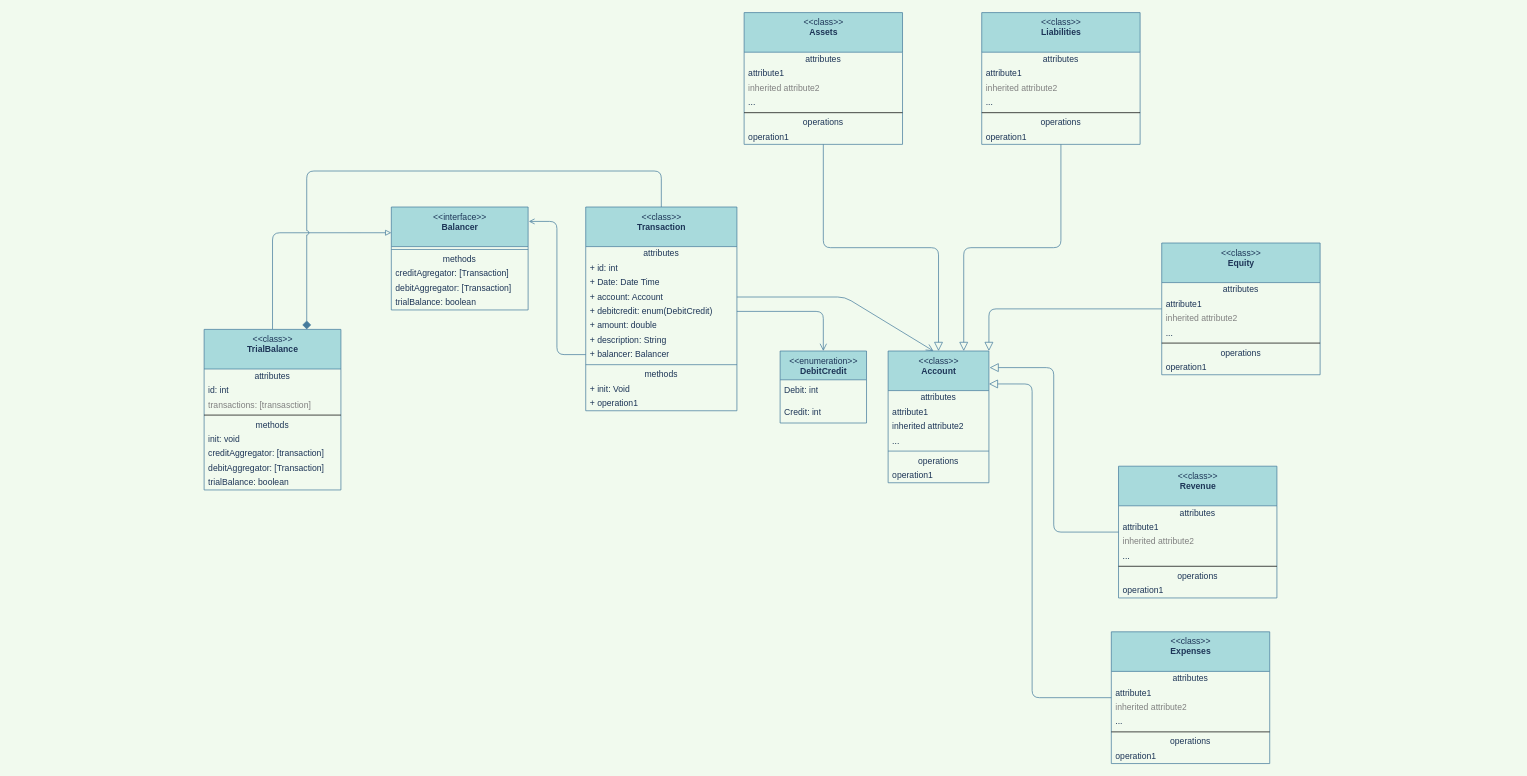
Before: page "Class Main" (2 of 2) of Docs/acc.drawio in m00racle/Pos-Project, a draw.io diagram. Source tidied: cells renumbered, new cells numbered last; positions are measured from the earlier drawing's top-left corner, leaving out a move shared by most shapes. Both pictures are drawn from the tidied source at 72%, with x=0, y=0 at pixel (204, 12).
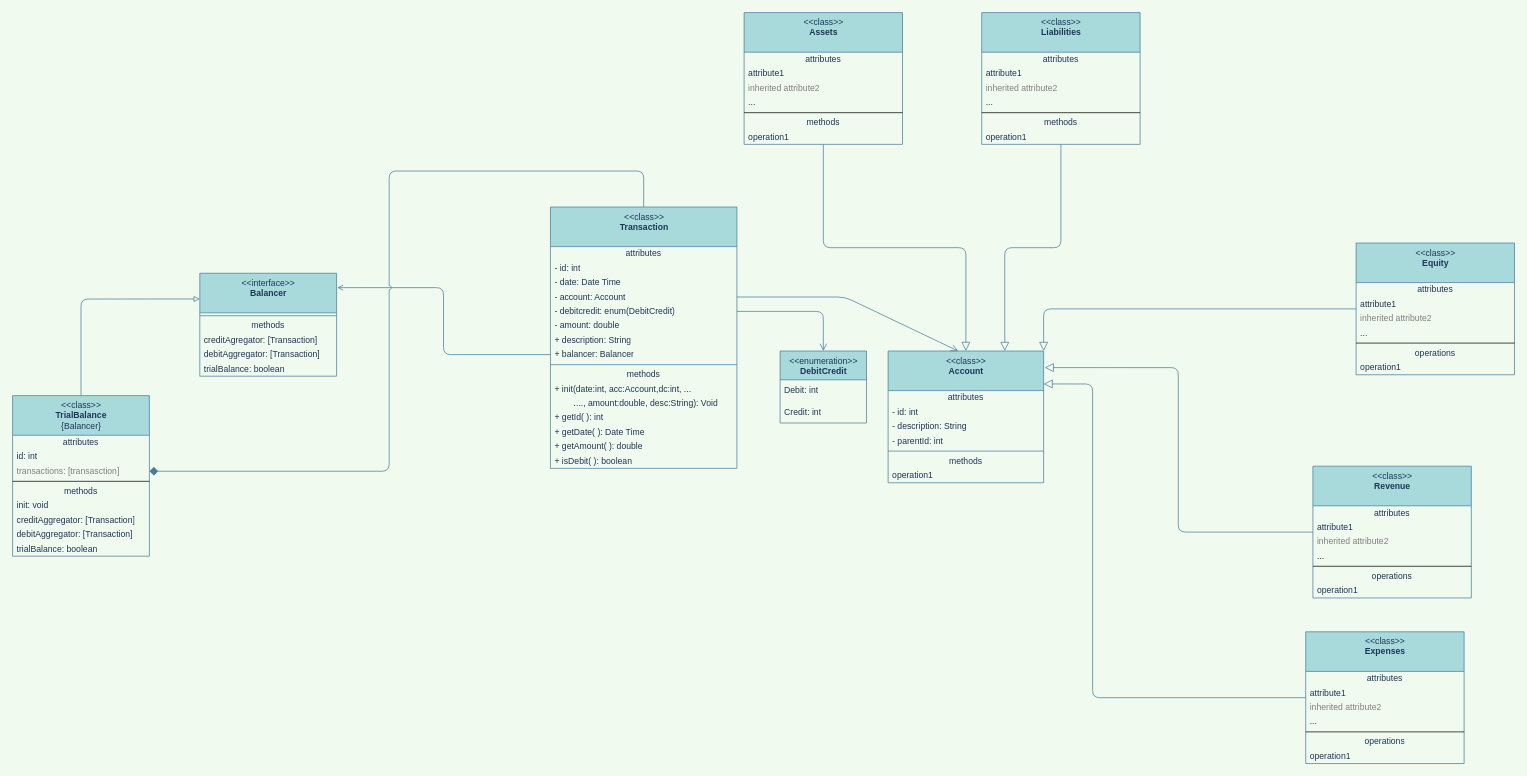
The same diagram, later.

Commit message:
add more methods on transaction class

The change refers to these unchanged cells:
```xml
<mxCell id="40" value="transactions: [transasction]" style="text;html=1;strokeColor=none;fillColor=none;align=left;verticalAlign=middle;spacingLeft=4;spacingRight=4;overflow=hidden;points=[[0,0.5],[1,0.5]];portConstraint=eastwest;fontColor=#808080;rounded=0;sketch=0;" parent="37" vertex="1">
  <mxGeometry y="95" width="190" height="20" as="geometry" />
</mxCell>
<mxCell id="48" value="&amp;lt;&amp;lt;class&amp;gt;&amp;gt;&lt;br&gt;&lt;b&gt;Assets&lt;/b&gt;&lt;br&gt;" style="swimlane;fontStyle=0;align=center;verticalAlign=top;horizontal=1;startSize=55;html=1;rounded=0;sketch=0;fontColor=#1D3557;strokeColor=#457B9D;fillColor=#A8DADC;" parent="1" vertex="1">
  <mxGeometry x="750" width="220" height="183" as="geometry" />
</mxCell>
<mxCell id="57" value="&amp;lt;&amp;lt;class&amp;gt;&amp;gt;&lt;br&gt;&lt;b&gt;Liabilities&lt;/b&gt;" style="swimlane;fontStyle=0;align=center;verticalAlign=top;horizontal=1;startSize=55;html=1;rounded=0;sketch=0;fontColor=#1D3557;strokeColor=#457B9D;fillColor=#A8DADC;" parent="1" vertex="1">
  <mxGeometry x="1080" width="220" height="183" as="geometry" />
</mxCell>
```

The edit, as a diff of the source:
```diff
@@
     <mxCell id="2" value="&amp;lt;&amp;lt;class&amp;gt;&amp;gt;&lt;br&gt;&lt;b&gt;Transaction&lt;/b&gt;&lt;br&gt;" style="swimlane;fontStyle=0;align=center;verticalAlign=top;horizontal=1;startSize=55;html=1;rounded=0;sketch=0;fontColor=#1D3557;strokeColor=#457B9D;fillColor=#A8DADC;" parent="1" vertex="1">
-      <mxGeometry x="530" y="270" width="210" height="283" as="geometry" />
+      <mxGeometry x="481" y="270" width="259" height="363" as="geometry" />
     </mxCell>
     <mxCell id="3" value="attributes" style="text;html=1;strokeColor=none;fillColor=none;align=center;verticalAlign=middle;spacingLeft=4;spacingRight=4;overflow=hidden;rounded=0;sketch=0;fontColor=#1D3557;" parent="2" vertex="1">
-      <mxGeometry y="55" width="210" height="20" as="geometry" />
+      <mxGeometry y="55" width="259" height="20" as="geometry" />
     </mxCell>
-    <mxCell id="4" value="+ id: int" style="text;html=1;strokeColor=none;fillColor=none;align=left;verticalAlign=middle;spacingLeft=4;spacingRight=4;overflow=hidden;rounded=0;sketch=0;fontColor=#1D3557;" parent="2" vertex="1">
-      <mxGeometry y="75" width="210" height="20" as="geometry" />
+    <mxCell id="4" value="- id: int" style="text;html=1;strokeColor=none;fillColor=none;align=left;verticalAlign=middle;spacingLeft=4;spacingRight=4;overflow=hidden;rounded=0;sketch=0;fontColor=#1D3557;" parent="2" vertex="1">
+      <mxGeometry y="75" width="259" height="20" as="geometry" />
     </mxCell>
-    <mxCell id="5" value="+ Date: Date Time" style="text;html=1;strokeColor=none;fillColor=none;align=left;verticalAlign=middle;spacingLeft=4;spacingRight=4;overflow=hidden;rounded=0;sketch=0;fontColor=#1D3557;" parent="2" vertex="1">
-      <mxGeometry y="95" width="210" height="20" as="geometry" />
+    <mxCell id="5" value="- date: Date Time" style="text;html=1;strokeColor=none;fillColor=none;align=left;verticalAlign=middle;spacingLeft=4;spacingRight=4;overflow=hidden;rounded=0;sketch=0;fontColor=#1D3557;" parent="2" vertex="1">
+      <mxGeometry y="95" width="259" height="20" as="geometry" />
     </mxCell>
-    <mxCell id="6" value="+ account: Account" style="text;html=1;strokeColor=none;fillColor=none;align=left;verticalAlign=middle;spacingLeft=4;spacingRight=4;overflow=hidden;points=[[0,0.5],[1,0.5]];portConstraint=eastwest;rounded=0;sketch=0;fontColor=#1D3557;" parent="2" vertex="1">
-      <mxGeometry y="115" width="210" height="20" as="geometry" />
+    <mxCell id="6" value="- account: Account" style="text;html=1;strokeColor=none;fillColor=none;align=left;verticalAlign=middle;spacingLeft=4;spacingRight=4;overflow=hidden;points=[[0,0.5],[1,0.5]];portConstraint=eastwest;rounded=0;sketch=0;fontColor=#1D3557;" parent="2" vertex="1">
+      <mxGeometry y="115" width="259" height="20" as="geometry" />
     </mxCell>
-    <mxCell id="7" value="+ debitcredit: enum(DebitCredit)" style="text;html=1;strokeColor=none;fillColor=none;align=left;verticalAlign=middle;spacingLeft=4;spacingRight=4;overflow=hidden;points=[[0,0.5],[1,0.5]];portConstraint=eastwest;fontColor=#1D3557;rounded=0;sketch=0;" parent="2" vertex="1">
-      <mxGeometry y="135" width="210" height="20" as="geometry" />
+    <mxCell id="7" value="- debitcredit: enum(DebitCredit)" style="text;html=1;strokeColor=none;fillColor=none;align=left;verticalAlign=middle;spacingLeft=4;spacingRight=4;overflow=hidden;points=[[0,0.5],[1,0.5]];portConstraint=eastwest;fontColor=#1D3557;rounded=0;sketch=0;" parent="2" vertex="1">
+      <mxGeometry y="135" width="259" height="20" as="geometry" />
     </mxCell>
-    <mxCell id="8" value="+ amount: double" style="text;html=1;strokeColor=none;fillColor=none;align=left;verticalAlign=middle;spacingLeft=4;spacingRight=4;overflow=hidden;fontColor=#1D3557;rounded=0;sketch=0;" parent="2" vertex="1">
-      <mxGeometry y="155" width="210" height="20" as="geometry" />
+    <mxCell id="8" value="- amount: double" style="text;html=1;strokeColor=none;fillColor=none;align=left;verticalAlign=middle;spacingLeft=4;spacingRight=4;overflow=hidden;fontColor=#1D3557;rounded=0;sketch=0;" parent="2" vertex="1">
+      <mxGeometry y="155" width="259" height="20" as="geometry" />
     </mxCell>
     <mxCell id="9" value="+ description: String" style="text;html=1;strokeColor=none;fillColor=none;align=left;verticalAlign=middle;spacingLeft=4;spacingRight=4;overflow=hidden;fontColor=#1D3557;rounded=0;sketch=0;" parent="2" vertex="1">
-      <mxGeometry y="175" width="210" height="20" as="geometry" />
+      <mxGeometry y="175" width="259" height="20" as="geometry" />
     </mxCell>
     <mxCell id="10" value="+ balancer: Balancer" style="text;html=1;strokeColor=none;fillColor=none;align=left;verticalAlign=middle;spacingLeft=4;spacingRight=4;overflow=hidden;points=[[0,0.5],[1,0.5]];portConstraint=eastwest;fontColor=#1D3557;rounded=0;sketch=0;" parent="2" vertex="1">
-      <mxGeometry y="195" width="210" height="20" as="geometry" />
+      <mxGeometry y="195" width="259" height="20" as="geometry" />
     </mxCell>
     <mxCell id="11" style="line;strokeWidth=1;fillColor=none;align=left;verticalAlign=middle;spacingTop=-1;spacingLeft=3;spacingRight=3;labelPosition=right;rounded=0;sketch=0;fontColor=#1D3557;labelBackgroundColor=#F1FAEE;strokeColor=#457B9D;" parent="2" vertex="1">
-      <mxGeometry y="215" width="210" height="8" as="geometry" />
+      <mxGeometry y="215" width="259" height="8" as="geometry" />
     </mxCell>
     <mxCell id="12" value="methods" style="text;html=1;strokeColor=none;fillColor=none;align=center;verticalAlign=middle;spacingLeft=4;spacingRight=4;overflow=hidden;rounded=0;sketch=0;fontColor=#1D3557;" parent="2" vertex="1">
-      <mxGeometry y="223" width="210" height="20" as="geometry" />
+      <mxGeometry y="223" width="259" height="20" as="geometry" />
     </mxCell>
-    <mxCell id="13" value="+ init: Void" style="text;html=1;strokeColor=none;fillColor=none;align=left;verticalAlign=middle;spacingLeft=4;spacingRight=4;overflow=hidden;rounded=0;sketch=0;fontColor=#1D3557;" parent="2" vertex="1">
-      <mxGeometry y="243" width="210" height="20" as="geometry" />
+    <mxCell id="13" value="+ init(date:int, acc:Account,dc:int, ..." style="text;html=1;strokeColor=none;fillColor=none;align=left;verticalAlign=middle;spacingLeft=4;spacingRight=4;overflow=hidden;rounded=0;sketch=0;fontColor=#1D3557;" parent="2" vertex="1">
+      <mxGeometry y="243" width="259" height="20" as="geometry" />
     </mxCell>
-    <mxCell id="14" value="+ operation1" style="text;html=1;strokeColor=none;fillColor=none;align=left;verticalAlign=middle;spacingLeft=4;spacingRight=4;overflow=hidden;rounded=0;sketch=0;fontColor=#1D3557;" parent="2" vertex="1">
-      <mxGeometry y="263" width="210" height="20" as="geometry" />
+    <mxCell id="14" value="&amp;nbsp; &amp;nbsp; &amp;nbsp; &amp;nbsp; ...., amount:double, desc:String): Void" style="text;html=1;strokeColor=none;fillColor=none;align=left;verticalAlign=middle;spacingLeft=4;spacingRight=4;overflow=hidden;rounded=0;sketch=0;fontColor=#1D3557;" parent="2" vertex="1">
+      <mxGeometry y="263" width="259" height="20" as="geometry" />
     </mxCell>
+    <mxCell id="92" value="+ getId( ): int" style="text;html=1;strokeColor=none;fillColor=none;align=left;verticalAlign=middle;spacingLeft=4;spacingRight=4;overflow=hidden;rounded=0;sketch=0;fontColor=#1D3557;" parent="2" vertex="1">
+      <mxGeometry y="283" width="259" height="20" as="geometry" />
+    </mxCell>
+    <mxCell id="93" value="+ getDate( ): Date Time" style="text;html=1;strokeColor=none;fillColor=none;align=left;verticalAlign=middle;spacingLeft=4;spacingRight=4;overflow=hidden;rounded=0;sketch=0;fontColor=#1D3557;" parent="2" vertex="1">
+      <mxGeometry y="303" width="259" height="20" as="geometry" />
+    </mxCell>
+    <mxCell id="94" value="+ getAmount( ): double" style="text;html=1;strokeColor=none;fillColor=none;align=left;verticalAlign=middle;spacingLeft=4;spacingRight=4;overflow=hidden;rounded=0;sketch=0;fontColor=#1D3557;" parent="2" vertex="1">
+      <mxGeometry y="323" width="259" height="20" as="geometry" />
+    </mxCell>
+    <mxCell id="95" value="+ isDebit( ): boolean" style="text;html=1;strokeColor=none;fillColor=none;align=left;verticalAlign=middle;spacingLeft=4;spacingRight=4;overflow=hidden;rounded=0;sketch=0;fontColor=#1D3557;" parent="2" vertex="1">
+      <mxGeometry y="343" width="259" height="20" as="geometry" />
+    </mxCell>
     <mxCell id="15" value="&amp;lt;&amp;lt;class&amp;gt;&amp;gt;&lt;br&gt;&lt;b&gt;Account&lt;/b&gt;&lt;br&gt;" style="swimlane;fontStyle=0;align=center;verticalAlign=top;horizontal=1;startSize=55;html=1;rounded=0;sketch=0;fontColor=#1D3557;strokeColor=#457B9D;fillColor=#A8DADC;" parent="1" vertex="1">
-      <mxGeometry x="950" y="470" width="140" height="183" as="geometry" />
+      <mxGeometry x="950" y="470" width="216" height="183" as="geometry" />
     </mxCell>
     <mxCell id="16" value="attributes" style="text;html=1;strokeColor=none;fillColor=none;align=center;verticalAlign=middle;spacingLeft=4;spacingRight=4;overflow=hidden;rounded=0;sketch=0;fontColor=#1D3557;" parent="15" vertex="1">
-      <mxGeometry y="55" width="140" height="20" as="geometry" />
+      <mxGeometry y="55" width="216" height="20" as="geometry" />
     </mxCell>
-    <mxCell id="17" value="attribute1" style="text;html=1;strokeColor=none;fillColor=none;align=left;verticalAlign=middle;spacingLeft=4;spacingRight=4;overflow=hidden;rounded=0;sketch=0;fontColor=#1D3557;" parent="15" vertex="1">
-      <mxGeometry y="75" width="140" height="20" as="geometry" />
+    <mxCell id="17" value="- id: int" style="text;html=1;strokeColor=none;fillColor=none;align=left;verticalAlign=middle;spacingLeft=4;spacingRight=4;overflow=hidden;rounded=0;sketch=0;fontColor=#1D3557;" parent="15" vertex="1">
+      <mxGeometry y="75" width="216" height="20" as="geometry" />
     </mxCell>
-    <mxCell id="18" value="inherited attribute2" style="text;html=1;strokeColor=none;fillColor=none;align=left;verticalAlign=middle;spacingLeft=4;spacingRight=4;overflow=hidden;fontColor=#1D3557;rounded=0;sketch=0;" parent="15" vertex="1">
-      <mxGeometry y="95" width="140" height="20" as="geometry" />
+    <mxCell id="18" value="- description: String" style="text;html=1;strokeColor=none;fillColor=none;align=left;verticalAlign=middle;spacingLeft=4;spacingRight=4;overflow=hidden;fontColor=#1D3557;rounded=0;sketch=0;" parent="15" vertex="1">
+      <mxGeometry y="95" width="216" height="20" as="geometry" />
     </mxCell>
-    <mxCell id="19" value="..." style="text;html=1;strokeColor=none;fillColor=none;align=left;verticalAlign=middle;spacingLeft=4;spacingRight=4;overflow=hidden;rounded=0;sketch=0;fontColor=#1D3557;" parent="15" vertex="1">
-      <mxGeometry y="115" width="140" height="20" as="geometry" />
+    <mxCell id="19" value="- parentId: int" style="text;html=1;strokeColor=none;fillColor=none;align=left;verticalAlign=middle;spacingLeft=4;spacingRight=4;overflow=hidden;rounded=0;sketch=0;fontColor=#1D3557;" parent="15" vertex="1">
+      <mxGeometry y="115" width="216" height="20" as="geometry" />
     </mxCell>
     <mxCell id="20" style="line;strokeWidth=1;fillColor=none;align=left;verticalAlign=middle;spacingTop=-1;spacingLeft=3;spacingRight=3;labelPosition=right;rounded=0;sketch=0;fontColor=#1D3557;labelBackgroundColor=#F1FAEE;strokeColor=#457B9D;" parent="15" vertex="1">
-      <mxGeometry y="135" width="140" height="8" as="geometry" />
+      <mxGeometry y="135" width="216" height="8" as="geometry" />
     </mxCell>
-    <mxCell id="21" value="operations" style="text;html=1;strokeColor=none;fillColor=none;align=center;verticalAlign=middle;spacingLeft=4;spacingRight=4;overflow=hidden;rounded=0;sketch=0;fontColor=#1D3557;" parent="15" vertex="1">
-      <mxGeometry y="143" width="140" height="20" as="geometry" />
+    <mxCell id="21" value="methods" style="text;html=1;strokeColor=none;fillColor=none;align=center;verticalAlign=middle;spacingLeft=4;spacingRight=4;overflow=hidden;rounded=0;sketch=0;fontColor=#1D3557;" parent="15" vertex="1">
+      <mxGeometry y="143" width="216" height="20" as="geometry" />
     </mxCell>
     <mxCell id="22" value="operation1" style="text;html=1;strokeColor=none;fillColor=none;align=left;verticalAlign=middle;spacingLeft=4;spacingRight=4;overflow=hidden;rounded=0;sketch=0;fontColor=#1D3557;" parent="15" vertex="1">
-      <mxGeometry y="163" width="140" height="20" as="geometry" />
+      <mxGeometry y="163" width="216" height="20" as="geometry" />
     </mxCell>
@@
     <mxCell id="28" value="&amp;lt;&amp;lt;interface&amp;gt;&amp;gt;&lt;br&gt;&lt;b&gt;Balancer&lt;/b&gt;&lt;br&gt;" style="swimlane;fontStyle=0;align=center;verticalAlign=top;horizontal=1;startSize=55;html=1;rounded=0;sketch=0;fontColor=#1D3557;strokeColor=#457B9D;fillColor=#A8DADC;" parent="1" vertex="1">
-      <mxGeometry x="260" y="270" width="190" height="143" as="geometry" />
+      <mxGeometry x="-6" y="362" width="190" height="143" as="geometry" />
     </mxCell>
@@
-    <mxCell id="36" style="edgeStyle=orthogonalEdgeStyle;curved=0;rounded=1;sketch=0;jettySize=auto;html=1;entryX=0.5;entryY=0;entryDx=0;entryDy=0;fontColor=#1D3557;endArrow=none;endFill=0;strokeColor=#457B9D;fillColor=#A8DADC;exitX=0.75;exitY=0;exitDx=0;exitDy=0;endSize=10;startArrow=diamond;startFill=1;startSize=10;sourcePerimeterSpacing=0;jumpStyle=arc;" parent="1" edge="1" source="37" target="2">
+    <mxCell id="36" style="edgeStyle=orthogonalEdgeStyle;curved=0;rounded=1;sketch=0;jettySize=auto;html=1;entryX=0.5;entryY=0;entryDx=0;entryDy=0;fontColor=#1D3557;endArrow=none;endFill=0;strokeColor=#457B9D;fillColor=#A8DADC;endSize=10;startArrow=diamond;startFill=1;startSize=10;sourcePerimeterSpacing=0;jumpStyle=arc;exitX=1;exitY=0.5;exitDx=0;exitDy=0;" parent="1" edge="1" source="40" target="2">
       <mxGeometry relative="1" as="geometry">
         <Array as="points">
-          <mxPoint x="143" y="220" />
-          <mxPoint x="635" y="220" />
+          <mxPoint x="257" y="637" />
+          <mxPoint x="257" y="220" />
+          <mxPoint x="611" y="220" />
+          <mxPoint x="611" y="270" />
         </Array>
       </mxGeometry>
     </mxCell>
-    <mxCell id="37" value="&amp;lt;&amp;lt;class&amp;gt;&amp;gt;&lt;br&gt;&lt;b&gt;TrialBalance&lt;/b&gt;&lt;br&gt;" style="swimlane;fontStyle=0;align=center;verticalAlign=top;horizontal=1;startSize=55;html=1;rounded=0;sketch=0;fontColor=#1D3557;strokeColor=#457B9D;fillColor=#A8DADC;" parent="1" vertex="1">
-      <mxGeometry y="440" width="190" height="223" as="geometry" />
+    <mxCell id="37" value="&amp;lt;&amp;lt;class&amp;gt;&amp;gt;&lt;br&gt;&lt;b&gt;TrialBalance&lt;br&gt;&lt;/b&gt;{Balancer}" style="swimlane;fontStyle=0;align=center;verticalAlign=top;horizontal=1;startSize=55;html=1;rounded=0;sketch=0;fontColor=#1D3557;strokeColor=#457B9D;fillColor=#A8DADC;" parent="1" vertex="1">
+      <mxGeometry x="-266" y="532" width="190" height="223" as="geometry" />
     </mxCell>
@@
-    <mxCell id="44" value="creditAggregator: [transaction]" style="text;html=1;strokeColor=none;fillColor=none;align=left;verticalAlign=middle;spacingLeft=4;spacingRight=4;overflow=hidden;rounded=0;sketch=0;fontColor=#1D3557;" parent="37" vertex="1">
+    <mxCell id="44" value="creditAggregator: [Transaction]" style="text;html=1;strokeColor=none;fillColor=none;align=left;verticalAlign=middle;spacingLeft=4;spacingRight=4;overflow=hidden;rounded=0;sketch=0;fontColor=#1D3557;" parent="37" vertex="1">
       <mxGeometry y="163" width="190" height="20" as="geometry" />
     </mxCell>
@@
-    <mxCell id="54" value="operations" style="text;html=1;strokeColor=none;fillColor=none;align=center;verticalAlign=middle;spacingLeft=4;spacingRight=4;overflow=hidden;rounded=0;sketch=0;fontColor=#1D3557;" parent="48" vertex="1">
+    <mxCell id="54" value="methods" style="text;html=1;strokeColor=none;fillColor=none;align=center;verticalAlign=middle;spacingLeft=4;spacingRight=4;overflow=hidden;rounded=0;sketch=0;fontColor=#1D3557;" parent="48" vertex="1">
       <mxGeometry y="143" width="220" height="20" as="geometry" />
     </mxCell>
@@
-    <mxCell id="63" value="operations" style="text;html=1;strokeColor=none;fillColor=none;align=center;verticalAlign=middle;spacingLeft=4;spacingRight=4;overflow=hidden;rounded=0;sketch=0;fontColor=#1D3557;" parent="57" vertex="1">
+    <mxCell id="63" value="methods" style="text;html=1;strokeColor=none;fillColor=none;align=center;verticalAlign=middle;spacingLeft=4;spacingRight=4;overflow=hidden;rounded=0;sketch=0;fontColor=#1D3557;" parent="57" vertex="1">
       <mxGeometry y="143" width="220" height="20" as="geometry" />
     </mxCell>
@@
     <mxCell id="66" value="&amp;lt;&amp;lt;class&amp;gt;&amp;gt;&lt;br&gt;&lt;b&gt;Equity&lt;/b&gt;" style="swimlane;fontStyle=0;align=center;verticalAlign=top;horizontal=1;startSize=55;html=1;rounded=0;sketch=0;fontColor=#1D3557;strokeColor=#457B9D;fillColor=#A8DADC;" parent="1" vertex="1">
-      <mxGeometry x="1330" y="320" width="220" height="183" as="geometry" />
+      <mxGeometry x="1600" y="320" width="220" height="183" as="geometry" />
     </mxCell>
@@
     <mxCell id="75" value="&amp;lt;&amp;lt;class&amp;gt;&amp;gt;&lt;br&gt;&lt;b&gt;Revenue&lt;/b&gt;" style="swimlane;fontStyle=0;align=center;verticalAlign=top;horizontal=1;startSize=55;html=1;rounded=0;sketch=0;fontColor=#1D3557;strokeColor=#457B9D;fillColor=#A8DADC;" parent="1" vertex="1">
-      <mxGeometry x="1270" y="630" width="220" height="183" as="geometry" />
+      <mxGeometry x="1540" y="630" width="220" height="183" as="geometry" />
     </mxCell>
@@
     <mxCell id="83" style="edgeStyle=orthogonalEdgeStyle;curved=0;rounded=1;sketch=0;jumpStyle=arc;jettySize=auto;html=1;entryX=1;entryY=0.25;entryDx=0;entryDy=0;fontColor=#1D3557;startArrow=none;startFill=0;endArrow=block;endFill=0;startSize=10;endSize=10;sourcePerimeterSpacing=0;strokeColor=#457B9D;fillColor=#A8DADC;" parent="1" edge="1" source="84" target="15">
       <mxGeometry relative="1" as="geometry">
         <Array as="points">
-          <mxPoint x="1150" y="952" />
-          <mxPoint x="1150" y="516" />
+          <mxPoint x="1234" y="951" />
+          <mxPoint x="1234" y="516" />
         </Array>
       </mxGeometry>
     </mxCell>
     <mxCell id="84" value="&amp;lt;&amp;lt;class&amp;gt;&amp;gt;&lt;br&gt;&lt;b&gt;Expenses&lt;/b&gt;" style="swimlane;fontStyle=0;align=center;verticalAlign=top;horizontal=1;startSize=55;html=1;rounded=0;sketch=0;fontColor=#1D3557;strokeColor=#457B9D;fillColor=#A8DADC;" parent="1" vertex="1">
-      <mxGeometry x="1260" y="860" width="220" height="183" as="geometry" />
+      <mxGeometry x="1530" y="860" width="220" height="183" as="geometry" />
     </mxCell>
```
